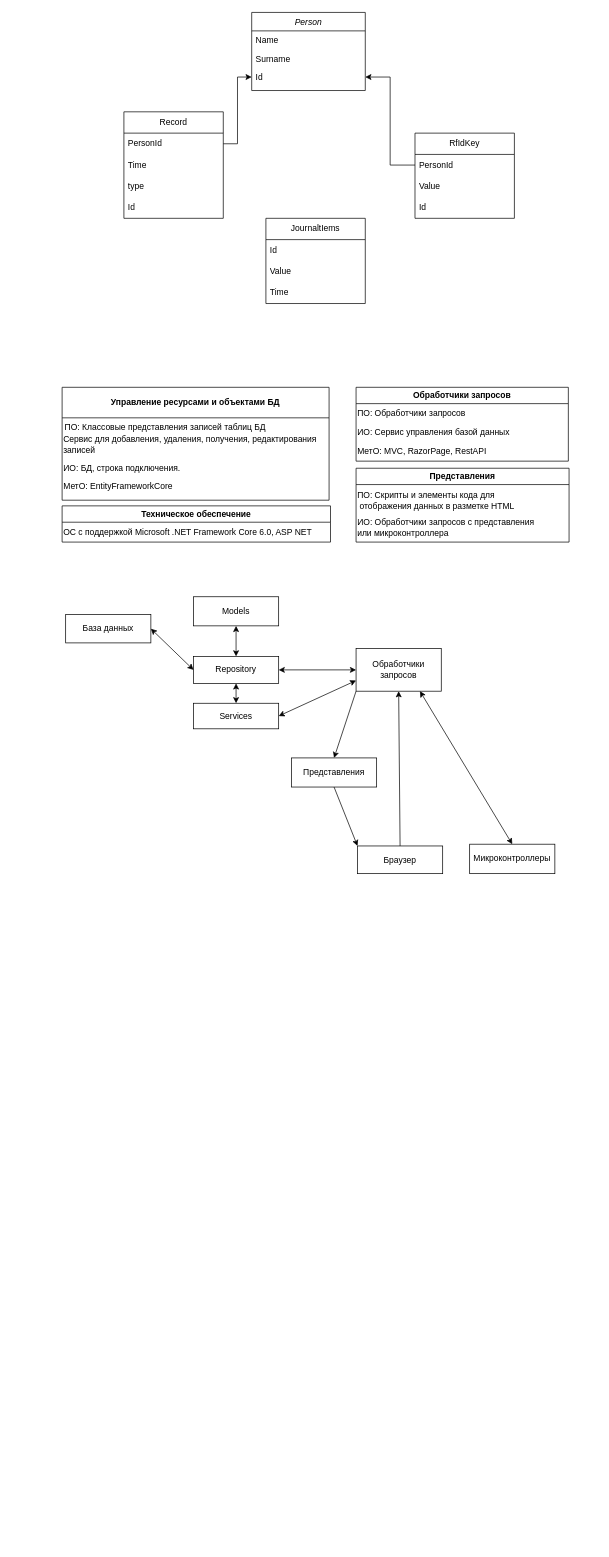
Before: Диаграмма без названия.drawio in XYphrodite/RioCourseWork, a draw.io diagram. Source tidied: cells renumbered, new cells numbered last; positions are measured from the earlier drawing's top-left corner, leaving out a move shared by most shapes. Both pictures are drawn from the tidied source at 71%, with x=0, y=0 at pixel (62, 12).
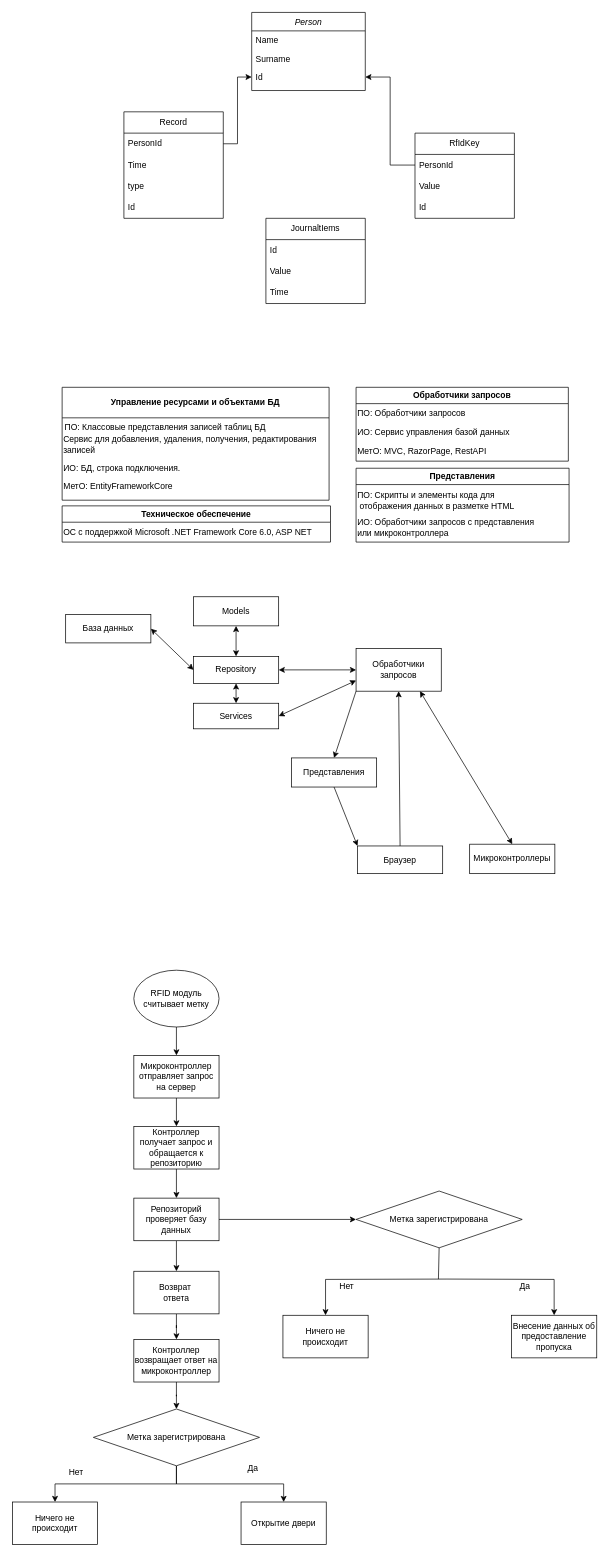
The same diagram, later.

The edit, as a diff of the source:
```diff
@@
+    <mxCell id="52" style="edgeStyle=orthogonalEdgeStyle;rounded=0;jettySize=auto;html=1;entryX=0.5;entryY=0;entryDx=0;entryDy=0;" parent="1" edge="1" source="53" target="55">
+      <mxGeometry relative="1" as="geometry" />
+    </mxCell>
+    <mxCell id="53" value="RFID модуль считывает метку" style="ellipse;whiteSpace=wrap;html=1;" parent="1" vertex="1">
+      <mxGeometry x="101" y="1349" width="120" height="80" as="geometry" />
+    </mxCell>
+    <mxCell id="54" style="edgeStyle=orthogonalEdgeStyle;rounded=0;jettySize=auto;html=1;entryX=0.5;entryY=0;entryDx=0;entryDy=0;" parent="1" edge="1" source="55" target="57">
+      <mxGeometry relative="1" as="geometry" />
+    </mxCell>
+    <mxCell id="55" value="Микроконтроллер отправляет запрос на сервер" style="rounded=0;whiteSpace=wrap;html=1;" parent="1" vertex="1">
+      <mxGeometry x="101" y="1469" width="120" height="60" as="geometry" />
+    </mxCell>
+    <mxCell id="56" style="edgeStyle=orthogonalEdgeStyle;rounded=0;jettySize=auto;html=1;entryX=0.5;entryY=0;entryDx=0;entryDy=0;" parent="1" edge="1" source="57" target="60">
+      <mxGeometry relative="1" as="geometry" />
+    </mxCell>
+    <mxCell id="57" value="Контроллер получает запрос и обращается к репозиторию" style="rounded=0;whiteSpace=wrap;html=1;" parent="1" vertex="1">
+      <mxGeometry x="101" y="1569" width="120" height="60" as="geometry" />
+    </mxCell>
+    <mxCell id="58" style="edgeStyle=orthogonalEdgeStyle;rounded=0;jettySize=auto;html=1;entryX=0.5;entryY=0;entryDx=0;entryDy=0;" parent="1" edge="1" source="60" target="63">
+      <mxGeometry relative="1" as="geometry" />
+    </mxCell>
+    <mxCell id="59" style="edgeStyle=orthogonalEdgeStyle;rounded=0;jettySize=auto;html=1;entryX=0;entryY=0.5;entryDx=0;entryDy=0;" parent="1" edge="1" source="60" target="78">
+      <mxGeometry relative="1" as="geometry" />
+    </mxCell>
+    <mxCell id="60" value="Репозиторий проверяет базу данных" style="rounded=0;whiteSpace=wrap;html=1;" parent="1" vertex="1">
+      <mxGeometry x="101" y="1670" width="120" height="60" as="geometry" />
+    </mxCell>
+    <mxCell id="61" value="Нет" style="text;html=1;strokeColor=none;fillColor=none;align=center;verticalAlign=middle;whiteSpace=wrap;rounded=0;" parent="1" vertex="1">
+      <mxGeometry x="-10" y="2042" width="60" height="30" as="geometry" />
+    </mxCell>
+    <mxCell id="62" style="edgeStyle=orthogonalEdgeStyle;rounded=0;jettySize=auto;html=1;entryX=0.5;entryY=0;entryDx=0;entryDy=0;" parent="1" edge="1" source="63" target="66">
+      <mxGeometry relative="1" as="geometry" />
+    </mxCell>
+    <mxCell id="63" value="Возврат&amp;nbsp;&lt;br&gt;ответа" style="rounded=0;whiteSpace=wrap;html=1;" parent="1" vertex="1">
+      <mxGeometry x="101" y="1773" width="120" height="60" as="geometry" />
+    </mxCell>
+    <mxCell id="64" value="Да" style="text;html=1;strokeColor=none;fillColor=none;align=center;verticalAlign=middle;whiteSpace=wrap;rounded=0;" parent="1" vertex="1">
+      <mxGeometry x="239" y="2036" width="60" height="30" as="geometry" />
+    </mxCell>
+    <mxCell id="65" style="edgeStyle=orthogonalEdgeStyle;rounded=0;jettySize=auto;html=1;entryX=0.5;entryY=0;entryDx=0;entryDy=0;" parent="1" edge="1" source="66" target="69">
+      <mxGeometry relative="1" as="geometry" />
+    </mxCell>
+    <mxCell id="66" value="Контроллер возвращает ответ на микроконтроллер" style="rounded=0;whiteSpace=wrap;html=1;" parent="1" vertex="1">
+      <mxGeometry x="101" y="1869" width="120" height="60" as="geometry" />
+    </mxCell>
+    <mxCell id="67" style="edgeStyle=orthogonalEdgeStyle;rounded=0;jettySize=auto;html=1;entryX=0.5;entryY=0;entryDx=0;entryDy=0;" parent="1" edge="1" source="69" target="71">
+      <mxGeometry relative="1" as="geometry" />
+    </mxCell>
+    <mxCell id="68" style="edgeStyle=orthogonalEdgeStyle;rounded=0;jettySize=auto;html=1;entryX=0.5;entryY=0;entryDx=0;entryDy=0;" parent="1" edge="1" source="69" target="70">
+      <mxGeometry relative="1" as="geometry" />
+    </mxCell>
+    <mxCell id="69" value="Метка зарегистрирована" style="rhombus;whiteSpace=wrap;html=1;" parent="1" vertex="1">
+      <mxGeometry x="44" y="1967" width="234" height="80" as="geometry" />
+    </mxCell>
+    <mxCell id="70" value="Открытие двери" style="rounded=0;whiteSpace=wrap;html=1;" parent="1" vertex="1">
+      <mxGeometry x="252" y="2098" width="120" height="60" as="geometry" />
+    </mxCell>
+    <mxCell id="71" value="Ничего не происходит" style="rounded=0;whiteSpace=wrap;html=1;" parent="1" vertex="1">
+      <mxGeometry x="-70" y="2098" width="120" height="60" as="geometry" />
+    </mxCell>
+    <mxCell id="72" value="Нет" style="text;html=1;strokeColor=none;fillColor=none;align=center;verticalAlign=middle;whiteSpace=wrap;rounded=0;" parent="1" vertex="1">
+      <mxGeometry x="371" y="1779" width="60" height="30" as="geometry" />
+    </mxCell>
+    <mxCell id="73" value="Да" style="text;html=1;strokeColor=none;fillColor=none;align=center;verticalAlign=middle;whiteSpace=wrap;rounded=0;" parent="1" vertex="1">
+      <mxGeometry x="622" y="1779" width="60" height="30" as="geometry" />
+    </mxCell>
+    <mxCell id="74" style="edgeStyle=orthogonalEdgeStyle;rounded=0;jettySize=auto;html=1;entryX=0.5;entryY=0;entryDx=0;entryDy=0;" parent="1" edge="1" target="77">
+      <mxGeometry relative="1" as="geometry">
+        <mxPoint x="542" y="1784" as="sourcePoint" />
+      </mxGeometry>
+    </mxCell>
+    <mxCell id="75" style="edgeStyle=orthogonalEdgeStyle;rounded=0;jettySize=auto;html=1;entryX=0.5;entryY=0;entryDx=0;entryDy=0;" parent="1" edge="1" target="76">
+      <mxGeometry relative="1" as="geometry">
+        <mxPoint x="542" y="1784" as="sourcePoint" />
+      </mxGeometry>
+    </mxCell>
+    <mxCell id="76" value="Внесение данных об предоставление пропуска" style="rounded=0;whiteSpace=wrap;html=1;" parent="1" vertex="1">
+      <mxGeometry x="633" y="1835" width="120" height="60" as="geometry" />
+    </mxCell>
+    <mxCell id="77" value="Ничего не происходит" style="rounded=0;whiteSpace=wrap;html=1;" parent="1" vertex="1">
+      <mxGeometry x="311" y="1835" width="120" height="60" as="geometry" />
+    </mxCell>
+    <mxCell id="78" value="Метка зарегистрирована" style="rhombus;whiteSpace=wrap;html=1;" parent="1" vertex="1">
+      <mxGeometry x="414" y="1660" width="234" height="80" as="geometry" />
+    </mxCell>
+    <mxCell id="79" style="endArrow=none;html=1;rounded=0;entryX=0.5;entryY=1;entryDx=0;entryDy=0;" parent="1" edge="1" target="78">
+      <mxGeometry relative="1" as="geometry">
+        <mxPoint x="530" y="1784" as="sourcePoint" />
+      </mxGeometry>
+    </mxCell>
```
